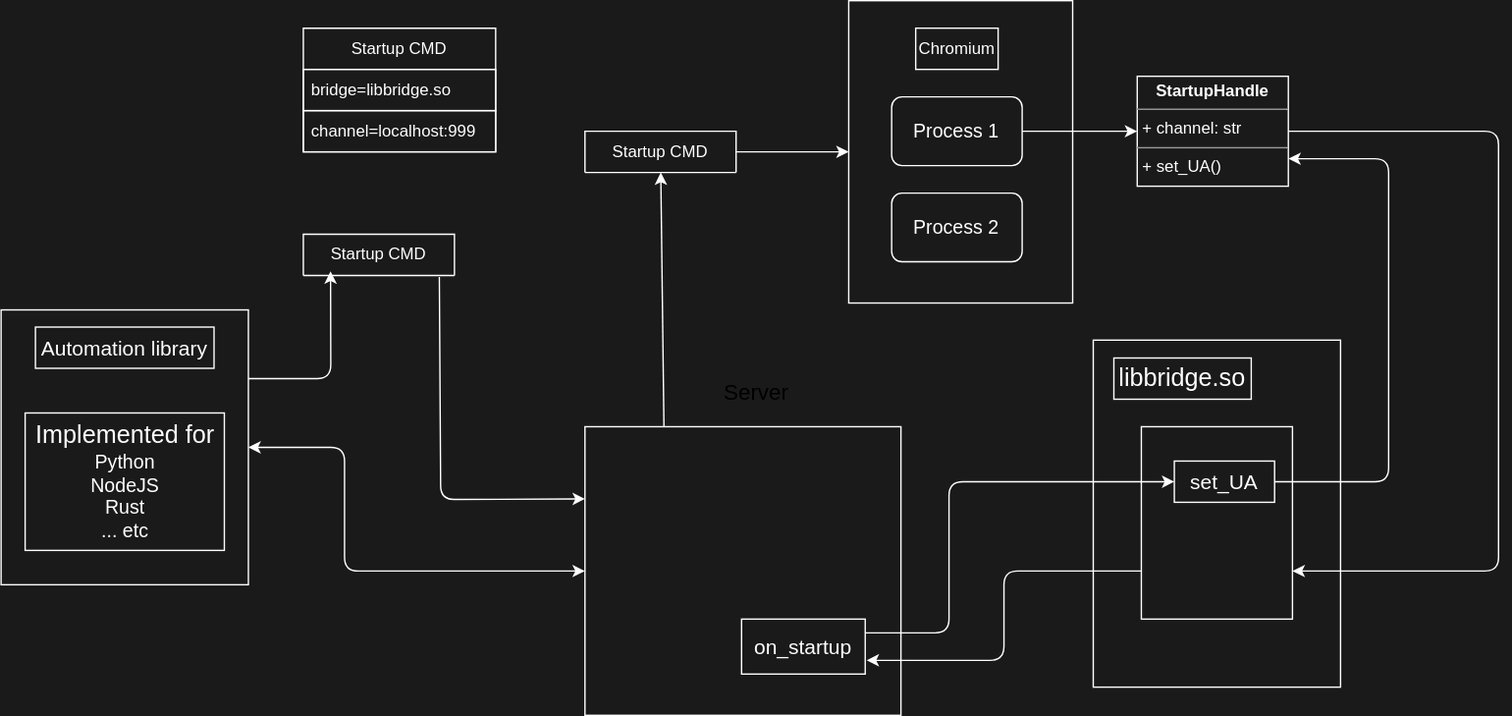
chrxer/chrx-design keeps this draw.io diagram as chrx/bridge.drawio.svg. Above is the earlier version. Source tidied: cells renumbered, new cells last; positions are measured from the earlier drawing's top-left corner, leaving out a move shared by most shapes.
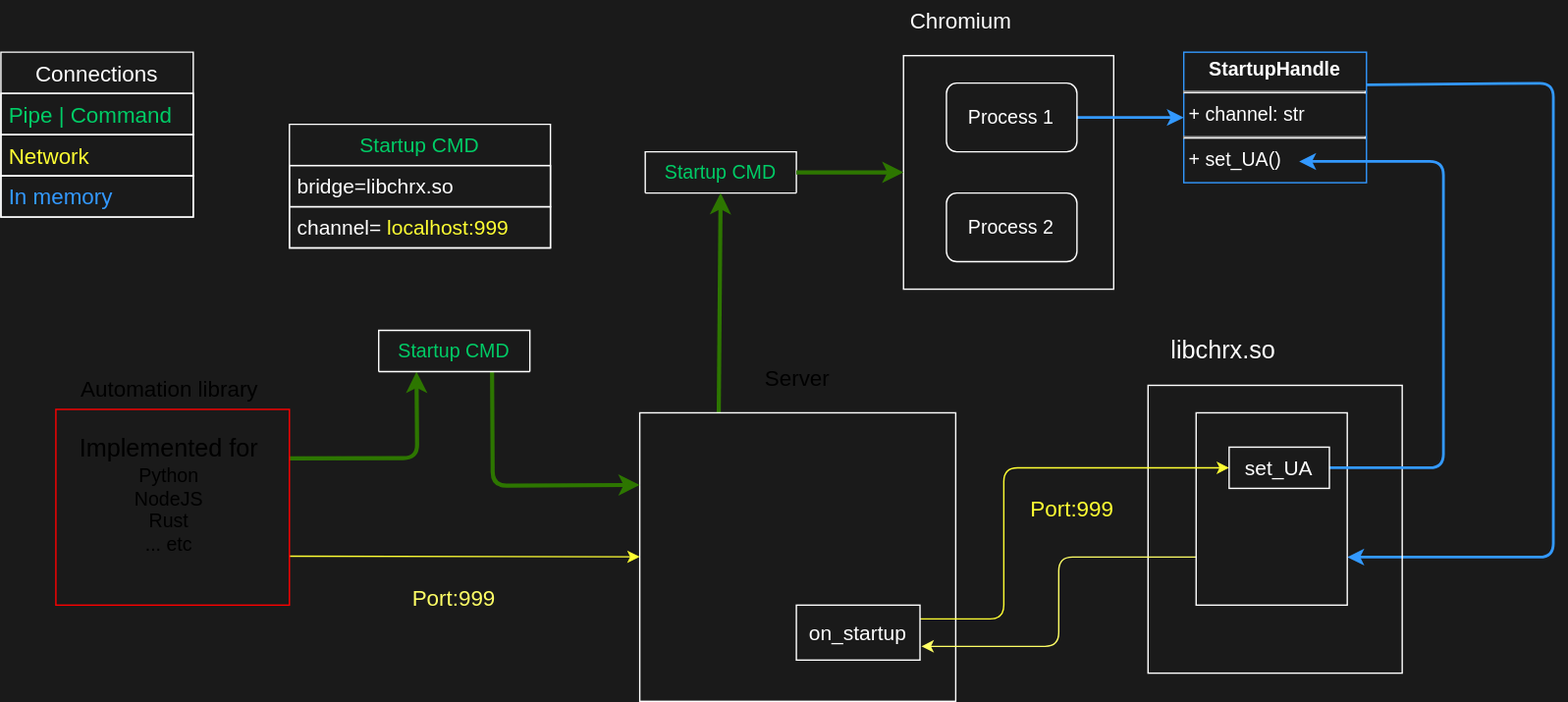
The same file after the commit.

Change to the diagram source:
```diff
@@ -3,44 +3,44 @@
     <mxCell id="0" />
     <mxCell id="1" parent="0" />
     <mxCell id="2" style="rounded=0;whiteSpace=wrap;html=1;fillColor=none;strokeColor=#FFFFFF;fontColor=#FFFFFF;" parent="1" vertex="1">
-      <mxGeometry x="617" width="163" height="220" as="geometry" />
+      <mxGeometry x="617" y="50" width="153" height="170" as="geometry" />
     </mxCell>
-    <mxCell id="3" value="Startup CMD" style="swimlane;fontStyle=0;horizontal=1;startSize=30;whiteSpace=wrap;html=1;fillColor=none;strokeColor=#FFFFFF;fontColor=#FFFFFF;" parent="1" vertex="1" collapsed="1">
-      <mxGeometry x="425" y="95" width="110" height="30" as="geometry" />
+    <mxCell id="3" value="Startup CMD" style="swimlane;fontStyle=0;horizontal=1;startSize=30;whiteSpace=wrap;html=1;fillColor=none;strokeColor=#FFFFFF;fontColor=#00CC66;fontSize=14;" parent="1" vertex="1" collapsed="1">
+      <mxGeometry x="429" y="120" width="110" height="30" as="geometry" />
     </mxCell>
-    <mxCell id="4" style="edgeStyle=none;html=1;exitX=1;exitY=0.5;exitDx=0;exitDy=0;fontSize=15;entryX=1;entryY=0.75;entryDx=0;entryDy=0;strokeColor=#FFFFFF;fontColor=#FFFFFF;" parent="1" edge="1" source="5" target="14">
+    <mxCell id="4" style="edgeStyle=none;html=1;exitX=1;exitY=0.25;exitDx=0;exitDy=0;fontSize=15;entryX=1;entryY=0.75;entryDx=0;entryDy=0;strokeColor=#3399FF;fontColor=#FFFFFF;strokeWidth=2;" parent="1" edge="1" source="5" target="14">
       <mxGeometry relative="1" as="geometry">
         <Array as="points">
-          <mxPoint x="1090" y="95" />
+          <mxPoint x="1090" y="70" />
           <mxPoint x="1090" y="415" />
         </Array>
       </mxGeometry>
     </mxCell>
-    <mxCell id="5" value="&lt;p style=&quot;margin:0px;margin-top:4px;text-align:center;&quot;&gt;&lt;b&gt;StartupHandle&lt;/b&gt;&lt;/p&gt;&lt;hr size=&quot;1&quot;&gt;&lt;p style=&quot;margin:0px;margin-left:4px;&quot;&gt;+ channel: str&amp;nbsp;&lt;/p&gt;&lt;hr size=&quot;1&quot;&gt;&lt;p style=&quot;margin:0px;margin-left:4px;&quot;&gt;+ set_UA()&lt;/p&gt;" style="verticalAlign=top;align=left;overflow=fill;fontSize=12;fontFamily=Helvetica;html=1;fillColor=none;strokeColor=#FFFFFF;fontColor=#FFFFFF;" parent="1" vertex="1">
-      <mxGeometry x="827" y="55" width="110" height="80" as="geometry" />
+    <mxCell id="5" value="&lt;p style=&quot;margin: 4px 0px 0px; text-align: center; font-size: 14px;&quot;&gt;&lt;b style=&quot;font-size: 14px;&quot;&gt;StartupHandle&lt;/b&gt;&lt;/p&gt;&lt;hr style=&quot;font-size: 14px;&quot;&gt;&lt;p style=&quot;margin: 0px 0px 0px 4px; font-size: 14px;&quot;&gt;+ channel: str&amp;nbsp;&lt;/p&gt;&lt;hr style=&quot;font-size: 14px;&quot;&gt;&lt;p style=&quot;margin: 0px 0px 0px 4px; font-size: 14px;&quot;&gt;+ set_UA()&lt;/p&gt;" style="verticalAlign=top;align=left;overflow=fill;fontSize=14;fontFamily=Helvetica;html=1;fillColor=none;strokeColor=#3399FF;fontColor=#FFFFFF;" parent="1" vertex="1">
+      <mxGeometry x="821" y="47.5" width="133" height="95" as="geometry" />
     </mxCell>
-    <mxCell id="6" style="edgeStyle=none;html=1;exitX=1;exitY=0.5;exitDx=0;exitDy=0;entryX=0;entryY=0.5;entryDx=0;entryDy=0;strokeColor=#FFFFFF;fontColor=#FFFFFF;" parent="1" edge="1" source="7" target="5">
+    <mxCell id="6" style="edgeStyle=none;html=1;exitX=1;exitY=0.5;exitDx=0;exitDy=0;entryX=0;entryY=0.5;entryDx=0;entryDy=0;strokeColor=#3399FF;fontColor=#FFFFFF;strokeWidth=2;" parent="1" edge="1" source="7" target="5">
       <mxGeometry relative="1" as="geometry" />
     </mxCell>
     <mxCell id="7" value="&lt;font style=&quot;font-size: 14px;&quot;&gt;Process 1&lt;/font&gt;" style="rounded=1;whiteSpace=wrap;html=1;fillColor=none;strokeColor=#FFFFFF;fontColor=#FFFFFF;" parent="1" vertex="1">
       <mxGeometry x="648.2" y="70" width="95" height="50" as="geometry" />
     </mxCell>
     <mxCell id="8" value="&lt;font style=&quot;font-size: 14px;&quot;&gt;Process 2&lt;/font&gt;" style="rounded=1;whiteSpace=wrap;html=1;fillColor=none;strokeColor=#FFFFFF;fontColor=#FFFFFF;" parent="1" vertex="1">
-      <mxGeometry x="648.2" y="140" width="95" height="50" as="geometry" />
+      <mxGeometry x="648.2" y="150" width="95" height="50" as="geometry" />
     </mxCell>
-    <mxCell id="9" value="Chromium" style="text;html=1;strokeColor=#FFFFFF;fillColor=none;align=center;verticalAlign=middle;whiteSpace=wrap;rounded=0;fontColor=#FFFFFF;" parent="1" vertex="1">
-      <mxGeometry x="665.8" y="20" width="60" height="30" as="geometry" />
+    <mxCell id="9" value="Chromium" style="text;html=1;strokeColor=none;fillColor=none;align=center;verticalAlign=middle;whiteSpace=wrap;rounded=0;fontColor=#FFFFFF;fontSize=16;" parent="1" vertex="1">
+      <mxGeometry x="629" y="10" width="60" height="30" as="geometry" />
     </mxCell>
     <mxCell id="10" style="rounded=0;whiteSpace=wrap;html=1;fillColor=none;strokeColor=#FFFFFF;fontColor=#FFFFFF;" parent="1" vertex="1">
-      <mxGeometry x="795" y="247" width="180" height="252.5" as="geometry" />
+      <mxGeometry x="795" y="290" width="185" height="209.5" as="geometry" />
     </mxCell>
-    <mxCell id="11" value="&lt;font style=&quot;font-size: 18px;&quot;&gt;libbridge.so&lt;/font&gt;" style="text;html=1;strokeColor=#FFFFFF;fillColor=none;align=center;verticalAlign=middle;whiteSpace=wrap;rounded=0;fontSize=18;fontColor=#FFFFFF;" parent="1" vertex="1">
-      <mxGeometry x="810" y="260" width="100" height="30" as="geometry" />
+    <mxCell id="11" value="&lt;font style=&quot;font-size: 18px;&quot;&gt;libchrx.so&lt;/font&gt;" style="text;html=1;strokeColor=none;fillColor=none;align=center;verticalAlign=middle;whiteSpace=wrap;rounded=0;fontSize=18;fontColor=#FFFFFF;" parent="1" vertex="1">
+      <mxGeometry x="800" y="250" width="100" height="30" as="geometry" />
     </mxCell>
     <mxCell id="12" style="rounded=0;whiteSpace=wrap;html=1;fillColor=none;strokeColor=#FFFFFF;fontColor=#FFFFFF;" parent="1" vertex="1">
       <mxGeometry x="425" y="310" width="230" height="210" as="geometry" />
     </mxCell>
-    <mxCell id="13" style="edgeStyle=none;html=1;exitX=0;exitY=0.75;exitDx=0;exitDy=0;fontSize=15;strokeColor=#FFFFFF;fontColor=#FFFFFF;" parent="1" edge="1" source="14">
+    <mxCell id="13" style="edgeStyle=none;html=1;exitX=0;exitY=0.75;exitDx=0;exitDy=0;fontSize=15;strokeColor=#FFFF66;fontColor=#FFFFFF;" parent="1" edge="1" source="14">
       <mxGeometry relative="1" as="geometry">
         <mxPoint x="630" y="480" as="targetPoint" />
         <Array as="points">
@@ -52,7 +52,7 @@
     <mxCell id="14" style="rounded=0;whiteSpace=wrap;html=1;fontSize=15;fillColor=none;strokeColor=#FFFFFF;fontColor=#FFFFFF;" parent="1" vertex="1">
       <mxGeometry x="830" y="310" width="110" height="140" as="geometry" />
     </mxCell>
-    <mxCell id="15" style="edgeStyle=none;html=1;exitX=1;exitY=0.25;exitDx=0;exitDy=0;entryX=0;entryY=0.5;entryDx=0;entryDy=0;fontSize=15;strokeColor=#FFFFFF;fontColor=#FFFFFF;" parent="1" edge="1" source="16" target="21">
+    <mxCell id="15" style="edgeStyle=none;html=1;exitX=1;exitY=0.25;exitDx=0;exitDy=0;entryX=0;entryY=0.5;entryDx=0;entryDy=0;fontSize=15;strokeColor=#FFFF33;fontColor=#FFFFFF;" parent="1" edge="1" source="16" target="21">
       <mxGeometry relative="1" as="geometry">
         <Array as="points">
           <mxPoint x="690" y="460" />
@@ -63,63 +63,76 @@
     <mxCell id="16" value="on_startup" style="rounded=0;whiteSpace=wrap;html=1;fontSize=15;fillColor=none;strokeColor=#FFFFFF;fontColor=#FFFFFF;" parent="1" vertex="1">
       <mxGeometry x="539" y="450" width="90" height="40" as="geometry" />
     </mxCell>
-    <mxCell id="17" style="edgeStyle=none;html=1;exitX=1;exitY=0.25;exitDx=0;exitDy=0;entryX=0.213;entryY=1.233;entryDx=0;entryDy=0;fontSize=15;entryPerimeter=0;strokeColor=#FFFFFF;fontColor=#FFFFFF;" parent="1" edge="1" source="18">
+    <mxCell id="17" style="edgeStyle=none;html=1;exitX=1;exitY=0.25;exitDx=0;exitDy=0;entryX=0.25;entryY=1;entryDx=0;entryDy=0;fontSize=15;strokeColor=#2D7600;fontColor=#FFFFFF;strokeWidth=3;fillColor=#60a917;" parent="1" edge="1" source="18" target="28">
       <mxGeometry relative="1" as="geometry">
-        <mxPoint x="239.8" y="197" as="targetPoint" />
         <Array as="points">
-          <mxPoint x="240" y="275" />
+          <mxPoint x="263" y="343" />
         </Array>
       </mxGeometry>
     </mxCell>
+    <mxCell id="22" style="edgeStyle=none;html=1;exitX=1;exitY=0.75;exitDx=0;exitDy=0;strokeColor=#FFFF33;fontSize=14;fontColor=#FFFF33;" parent="1" edge="1" source="18" target="12">
+      <mxGeometry relative="1" as="geometry" />
+    </mxCell>
-    <mxCell id="18" style="rounded=0;whiteSpace=wrap;html=1;fontSize=15;fillColor=none;strokeColor=#FFFFFF;fontColor=#FFFFFF;" parent="1" vertex="1">
-      <mxGeometry y="225" width="180" height="200" as="geometry" />
+    <mxCell id="18" style="rounded=0;whiteSpace=wrap;html=1;fontSize=15;fillColor=none;strokeColor=#FF0000;" parent="1" vertex="1">
+      <mxGeometry y="307.5" width="170" height="142.5" as="geometry" />
     </mxCell>
-    <mxCell id="19" value="Automation library" style="text;html=1;strokeColor=#FFFFFF;fillColor=none;align=center;verticalAlign=middle;whiteSpace=wrap;rounded=0;fontSize=15;fontColor=#FFFFFF;" parent="1" vertex="1">
-      <mxGeometry x="25" y="237.5" width="130" height="30" as="geometry" />
+    <mxCell id="19" value="Automation library" style="text;html=1;align=center;verticalAlign=middle;whiteSpace=wrap;rounded=0;fontSize=16;fillColor=none;strokeColor=none;" parent="1" vertex="1">
+      <mxGeometry x="-12.5" y="277.5" width="190" height="30" as="geometry" />
     </mxCell>
-    <mxCell id="20" style="edgeStyle=none;html=1;exitX=1;exitY=0.5;exitDx=0;exitDy=0;entryX=1;entryY=0.75;entryDx=0;entryDy=0;fontSize=15;strokeColor=#FFFFFF;fontColor=#FFFFFF;" parent="1" edge="1" source="21" target="5">
+    <mxCell id="20" style="edgeStyle=none;html=1;exitX=1;exitY=0.5;exitDx=0;exitDy=0;fontSize=15;strokeColor=#3399FF;fontColor=#FFFFFF;strokeWidth=2;" parent="1" edge="1" source="21">
       <mxGeometry relative="1" as="geometry">
+        <mxPoint x="905" y="127" as="targetPoint" />
         <Array as="points">
           <mxPoint x="1010" y="350" />
-          <mxPoint x="1010" y="115" />
+          <mxPoint x="1010" y="127" />
         </Array>
       </mxGeometry>
     </mxCell>
     <mxCell id="21" value="set_UA" style="rounded=0;whiteSpace=wrap;html=1;fontSize=15;fillColor=none;strokeColor=#FFFFFF;fontColor=#FFFFFF;" parent="1" vertex="1">
       <mxGeometry x="854" y="335" width="73" height="30" as="geometry" />
     </mxCell>
-    <mxCell id="22" style="endArrow=classic;startArrow=classic;html=1;fontSize=15;exitX=1;exitY=0.5;exitDx=0;exitDy=0;entryX=0;entryY=0.5;entryDx=0;entryDy=0;strokeColor=#FFFFFF;fontColor=#FFFFFF;" parent="1" edge="1" source="18" target="12">
-      <mxGeometry relative="1" as="geometry">
-        <Array as="points">
-          <mxPoint x="250" y="325" />
-          <mxPoint x="250" y="415" />
-        </Array>
-      </mxGeometry>
-    </mxCell>
-    <mxCell id="23" style="edgeStyle=none;html=1;exitX=0.9;exitY=1.033;exitDx=0;exitDy=0;entryX=0;entryY=0.25;entryDx=0;entryDy=0;exitPerimeter=0;strokeColor=#FFFFFF;fontColor=#FFFFFF;" parent="1" edge="1" source="28" target="12">
+    <mxCell id="23" style="edgeStyle=none;html=1;exitX=0.75;exitY=1;exitDx=0;exitDy=0;entryX=0;entryY=0.25;entryDx=0;entryDy=0;strokeColor=#2D7600;fontColor=#FFFFFF;fillColor=#60a917;strokeWidth=3;" parent="1" edge="1" source="28" target="12">
       <mxGeometry relative="1" as="geometry">
         <Array as="points">
-          <mxPoint x="320" y="363" />
+          <mxPoint x="318" y="363" />
         </Array>
       </mxGeometry>
     </mxCell>
-    <mxCell id="24" value="&lt;font style=&quot;&quot;&gt;&lt;span style=&quot;font-size: 18px;&quot;&gt;Implemented for&lt;/span&gt;&lt;br&gt;&lt;font style=&quot;font-size: 14px;&quot;&gt;Python&lt;br&gt;NodeJS&lt;br&gt;Rust&lt;br&gt;... etc&lt;/font&gt;&lt;br&gt;&lt;/font&gt;" style="text;html=1;strokeColor=#FFFFFF;fillColor=none;align=center;verticalAlign=middle;whiteSpace=wrap;rounded=0;fontColor=#FFFFFF;" parent="1" vertex="1">
-      <mxGeometry x="17.5" y="300" width="145" height="100" as="geometry" />
+    <mxCell id="24" value="&lt;font style=&quot;&quot;&gt;&lt;span style=&quot;font-size: 18px;&quot;&gt;Implemented for&lt;/span&gt;&lt;br&gt;&lt;font style=&quot;font-size: 14px;&quot;&gt;Python&lt;br&gt;NodeJS&lt;br&gt;Rust&lt;br&gt;... etc&lt;/font&gt;&lt;br&gt;&lt;/font&gt;" style="text;html=1;align=center;verticalAlign=middle;whiteSpace=wrap;rounded=0;fillColor=none;" parent="1" vertex="1">
+      <mxGeometry x="10" y="320" width="145" height="100" as="geometry" />
     </mxCell>
-    <mxCell id="25" value="Startup CMD" style="swimlane;fontStyle=0;horizontal=1;startSize=30;whiteSpace=wrap;html=1;fillColor=none;strokeColor=#FFFFFF;fontColor=#FFFFFF;" parent="1" vertex="1">
-      <mxGeometry x="220" y="20" width="140" height="90" as="geometry" />
+    <mxCell id="25" value="&lt;font color=&quot;#00cc66&quot;&gt;Startup CMD&lt;/font&gt;" style="swimlane;fontStyle=0;horizontal=1;startSize=30;whiteSpace=wrap;html=1;fillColor=none;strokeColor=#FFFFFF;fontColor=#FFFFFF;fontSize=15;" parent="1" vertex="1">
+      <mxGeometry x="170" y="100" width="190" height="90" as="geometry" />
     </mxCell>
-    <mxCell id="26" value="bridge=libbridge.so" style="text;strokeColor=#FFFFFF;fillColor=none;align=left;verticalAlign=middle;spacingLeft=4;spacingRight=4;overflow=hidden;whiteSpace=wrap;html=1;fontColor=#FFFFFF;" parent="25" vertex="1">
-      <mxGeometry y="30" width="140" height="30" as="geometry" />
+    <mxCell id="26" value="bridge=libchrx.so" style="text;strokeColor=#FFFFFF;fillColor=none;align=left;verticalAlign=middle;spacingLeft=4;spacingRight=4;overflow=hidden;whiteSpace=wrap;html=1;fontColor=#FFFFFF;fontSize=15;" parent="25" vertex="1">
+      <mxGeometry y="30" width="190" height="30" as="geometry" />
     </mxCell>
-    <mxCell id="27" value="channel=localhost:999" style="text;strokeColor=#FFFFFF;fillColor=none;align=left;verticalAlign=middle;spacingLeft=4;spacingRight=4;overflow=hidden;whiteSpace=wrap;html=1;fontColor=#FFFFFF;" parent="25" vertex="1">
-      <mxGeometry y="60" width="140" height="30" as="geometry" />
+    <mxCell id="27" value="channel=&lt;font color=&quot;#ffff33&quot; style=&quot;font-size: 15px;&quot;&gt;localhost:999&lt;/font&gt;" style="text;strokeColor=#FFFFFF;fillColor=none;align=left;verticalAlign=middle;spacingLeft=4;spacingRight=4;overflow=hidden;whiteSpace=wrap;html=1;fontColor=#FFFFFF;fontSize=15;" parent="25" vertex="1">
+      <mxGeometry y="60" width="190" height="30" as="geometry" />
     </mxCell>
-    <mxCell id="28" value="Startup CMD" style="swimlane;fontStyle=0;horizontal=1;startSize=30;whiteSpace=wrap;html=1;fillColor=none;strokeColor=#FFFFFF;fontColor=#FFFFFF;" parent="1" vertex="1" collapsed="1">
-      <mxGeometry x="220" y="170" width="110" height="30" as="geometry" />
+    <mxCell id="28" value="Startup CMD" style="swimlane;fontStyle=0;horizontal=1;startSize=30;whiteSpace=wrap;html=1;fillColor=none;strokeColor=#FFFFFF;fontColor=#00CC66;fontSize=14;" parent="1" vertex="1" collapsed="1">
+      <mxGeometry x="235" y="250" width="110" height="30" as="geometry" />
     </mxCell>
     <mxCell id="29" value="Server" style="text;html=1;strokeColor=none;fillColor=none;align=center;verticalAlign=middle;whiteSpace=wrap;rounded=0;fontSize=16;" parent="1" vertex="1">
-      <mxGeometry x="520" y="270" width="60" height="30" as="geometry" />
+      <mxGeometry x="510" y="270" width="60" height="30" as="geometry" />
     </mxCell>
+    <mxCell id="30" value="Port:999" style="text;html=1;strokeColor=none;fillColor=none;align=center;verticalAlign=middle;whiteSpace=wrap;rounded=0;fontSize=16;fontColor=#FFFF66;" parent="1" vertex="1">
+      <mxGeometry x="260" y="430" width="60" height="30" as="geometry" />
+    </mxCell>
+    <mxCell id="31" value="Port:999" style="text;html=1;align=center;verticalAlign=middle;whiteSpace=wrap;rounded=0;fontSize=16;strokeColor=none;fontColor=#FFFF33;" parent="1" vertex="1">
+      <mxGeometry x="710" y="365" width="60" height="30" as="geometry" />
+    </mxCell>
+    <mxCell id="32" value="&lt;font color=&quot;#ffffff&quot;&gt;Connections&lt;/font&gt;" style="swimlane;fontStyle=0;horizontal=1;startSize=30;whiteSpace=wrap;html=1;strokeColor=#FFFFFF;fontSize=16;fontColor=#3399FF;fillColor=none;" parent="1" vertex="1">
+      <mxGeometry x="-40" y="47.5" width="140" height="120" as="geometry" />
+    </mxCell>
+    <mxCell id="33" value="&lt;font color=&quot;#00cc66&quot;&gt;Pipe | Command&lt;/font&gt;" style="text;strokeColor=#FFFFFF;fillColor=none;align=left;verticalAlign=middle;spacingLeft=4;spacingRight=4;overflow=hidden;whiteSpace=wrap;html=1;fontSize=16;fontColor=#3399FF;" parent="32" vertex="1">
+      <mxGeometry y="30" width="140" height="30" as="geometry" />
+    </mxCell>
+    <mxCell id="34" value="&lt;font color=&quot;#ffff33&quot;&gt;Network&lt;/font&gt;" style="text;align=left;verticalAlign=middle;spacingLeft=4;spacingRight=4;overflow=hidden;whiteSpace=wrap;html=1;fontSize=16;strokeColor=#FFFFFF;" parent="32" vertex="1">
+      <mxGeometry y="60" width="140" height="30" as="geometry" />
+    </mxCell>
+    <mxCell id="35" value="In memory" style="text;strokeColor=#FFFFFF;fillColor=none;align=left;verticalAlign=middle;spacingLeft=4;spacingRight=4;overflow=hidden;whiteSpace=wrap;html=1;fontSize=16;fontColor=#3399FF;" parent="32" vertex="1">
+      <mxGeometry y="90" width="140" height="30" as="geometry" />
+    </mxCell>
   </root>
 </mxGraphModel>
```
